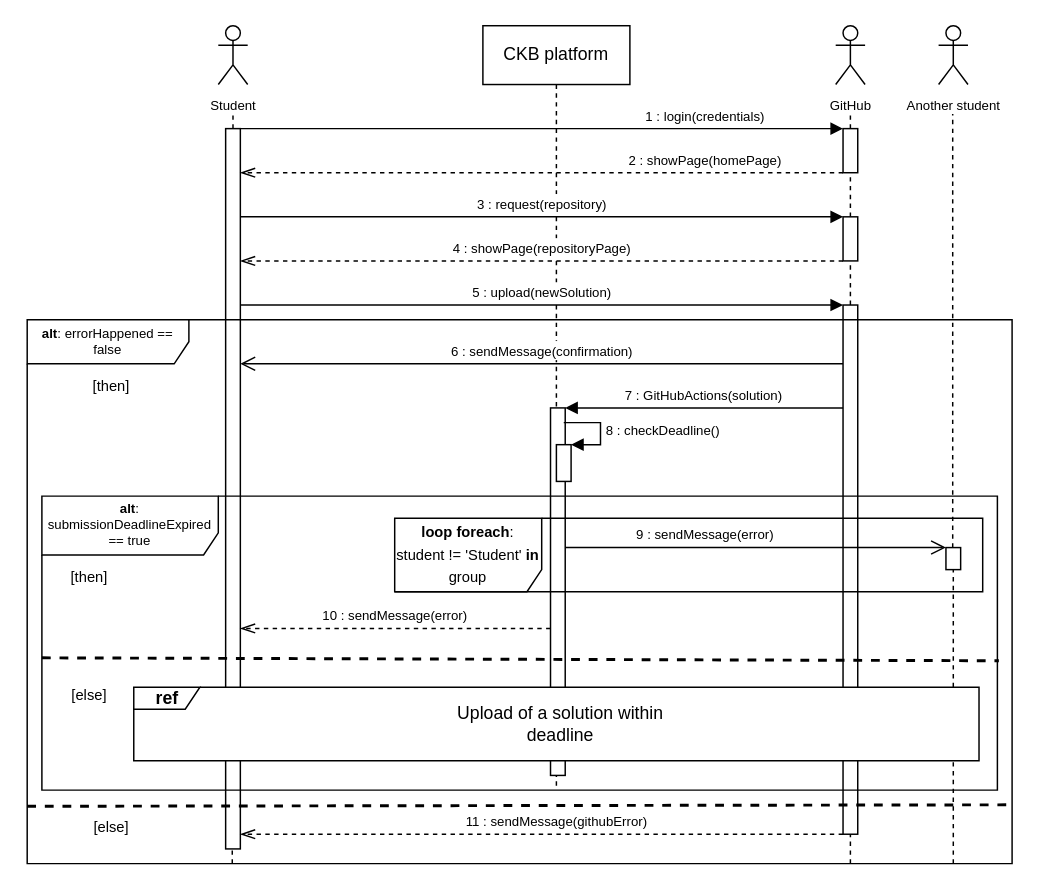
Before: RASDwip/ExtraFiles/Drawio/Sequence/Sequence12.drawio in francescospangaro/SpangaroTosettiRiccardi, a draw.io diagram. Source tidied: cells renumbered, new cells numbered last; positions are measured from the earlier drawing's top-left corner, leaving out a move shared by most shapes. Both pictures are drawn from the tidied source at 147%, with x=0, y=0 at pixel (26, 25).
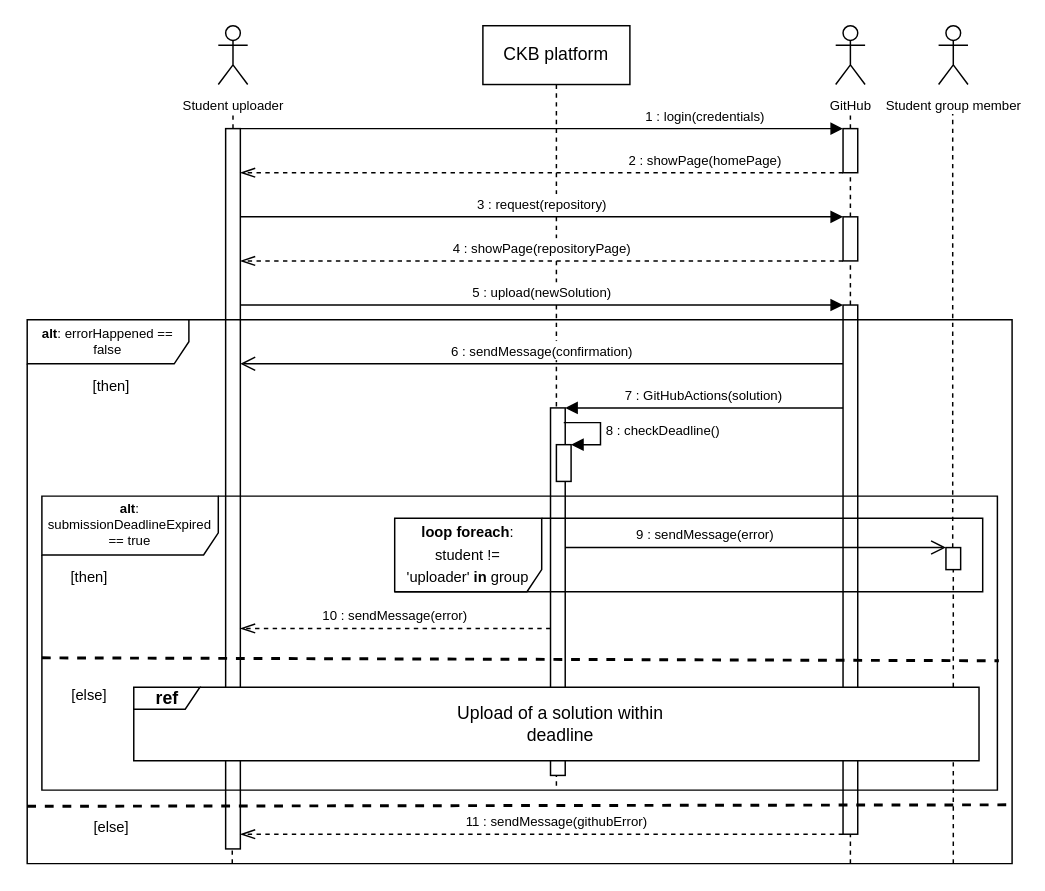
The same page after the edit.

What changed in the source:
```diff
@@
-    <mxCell id="4" value="&lt;font style=&quot;font-size: 9px;&quot;&gt;Student&lt;/font&gt;" style="shape=umlActor;verticalLabelPosition=bottom;verticalAlign=top;html=1;" parent="1" vertex="1">
+    <mxCell id="4" value="&lt;font style=&quot;font-size: 9px;&quot;&gt;Student uploader&lt;/font&gt;" style="shape=umlActor;verticalLabelPosition=bottom;verticalAlign=top;html=1;" parent="1" vertex="1">
       <mxGeometry x="130" width="20" height="40" as="geometry" />
     </mxCell>
@@
-    <mxCell id="27" value="&lt;p style=&quot;line-height: 120%;&quot;&gt;&lt;font style=&quot;font-size: 10px;&quot;&gt;&lt;b&gt;loop foreach&lt;/b&gt;: student != 'Student'&amp;nbsp;&lt;b&gt;in &lt;/b&gt;group&lt;/font&gt;&lt;/p&gt;" style="shape=umlFrame;whiteSpace=wrap;html=1;width=100;height=50;verticalAlign=middle;horizontal=1;labelPosition=center;verticalLabelPosition=middle;align=center;" parent="1" vertex="1">
+    <mxCell id="27" value="&lt;p style=&quot;line-height: 120%;&quot;&gt;&lt;font style=&quot;font-size: 10px;&quot;&gt;&lt;b&gt;loop foreach&lt;/b&gt;: student != 'uploader'&amp;nbsp;&lt;b&gt;in &lt;/b&gt;group&lt;/font&gt;&lt;/p&gt;" style="shape=umlFrame;whiteSpace=wrap;html=1;width=100;height=50;verticalAlign=middle;horizontal=1;labelPosition=center;verticalLabelPosition=middle;align=center;" parent="1" vertex="1">
       <mxGeometry x="250" y="335" width="400" height="50" as="geometry" />
     </mxCell>
-    <mxCell id="28" value="&lt;font style=&quot;font-size: 9px;&quot;&gt;Another student&lt;/font&gt;" style="shape=umlActor;verticalLabelPosition=bottom;verticalAlign=top;html=1;" parent="1" vertex="1">
+    <mxCell id="28" value="&lt;font style=&quot;font-size: 9px;&quot;&gt;Student group member&lt;/font&gt;" style="shape=umlActor;verticalLabelPosition=bottom;verticalAlign=top;html=1;" parent="1" vertex="1">
       <mxGeometry x="620" width="20" height="40" as="geometry" />
     </mxCell>
```
